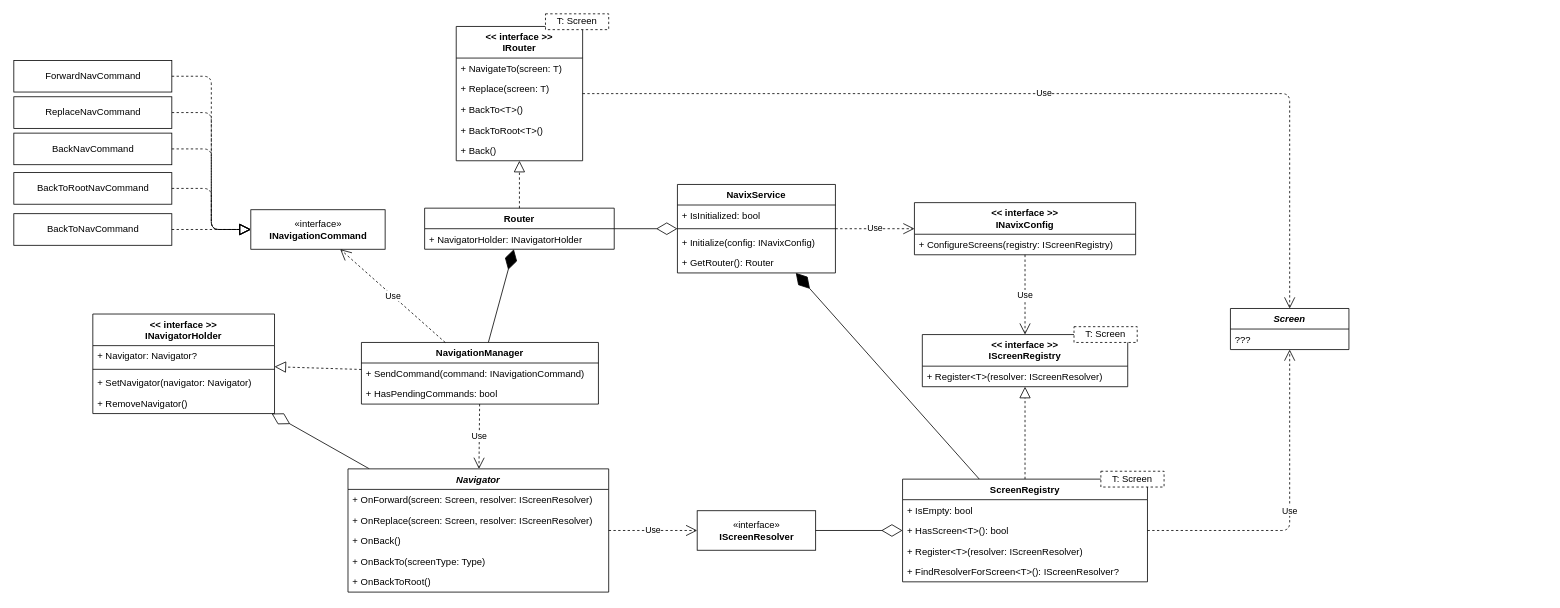
SpireX64/Navix keeps this draw.io diagram as Navix.drawio. Above is the earlier version. Source tidied: cells renumbered, new cells numbered last; positions are measured from the earlier drawing's top-left corner, leaving out a move shared by most shapes. Both pictures are drawn from the tidied source at 79%, with x=0, y=0 at pixel (13, 13).
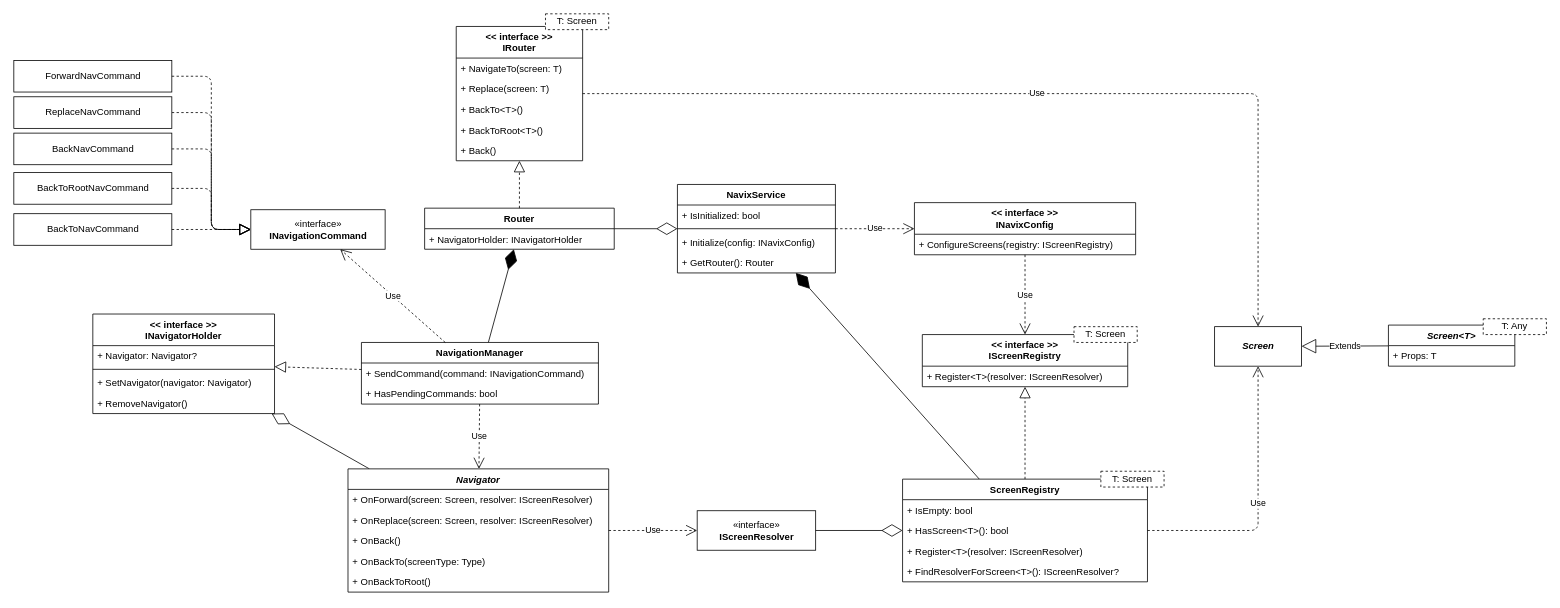
After the change.

Commit message:
Экран со свойствами добавлен в схему архитектуры

The change refers to these unchanged cells:
```xml
<mxCell id="22" value="&lt;&lt; interface &gt;&gt;&#10;IRouter" style="swimlane;fontStyle=1;align=center;verticalAlign=top;horizontal=1;startSize=40;" parent="1" vertex="1">
  <mxGeometry x="560" y="16" width="160" height="170" as="geometry" />
</mxCell>
<mxCell id="61" value="ScreenRegistry" style="swimlane;fontStyle=1;align=center;verticalAlign=top;horizontal=1;startSize=26;" parent="1" vertex="1">
  <mxGeometry x="1125" y="589" width="310" height="130" as="geometry" />
</mxCell>
```

The edit, as a diff of the source:
```diff
@@
-    <mxCell id="29" value="Use" style="endArrow=open;endSize=12;dashed=1;html=1;edgeStyle=orthogonalEdgeStyle;" parent="1" edge="1" source="22" target="53">
+    <mxCell id="29" value="Use" style="endArrow=open;endSize=12;dashed=1;html=1;edgeStyle=orthogonalEdgeStyle;" parent="1" edge="1" source="22" target="70">
       <mxGeometry relative="1" as="geometry" />
     </mxCell>
@@
-    <mxCell id="52" value="Use" style="endArrow=open;endSize=12;dashed=1;html=1;edgeStyle=orthogonalEdgeStyle;" parent="1" edge="1" source="61" target="53">
+    <mxCell id="52" value="Use" style="endArrow=open;endSize=12;dashed=1;html=1;edgeStyle=orthogonalEdgeStyle;" parent="1" edge="1" source="61" target="70">
       <mxGeometry relative="1" as="geometry" />
     </mxCell>
-    <mxCell id="53" value="Screen" style="swimlane;fontStyle=3;align=center;verticalAlign=top;horizontal=1;startSize=26;" parent="1" vertex="1">
-      <mxGeometry x="1540" y="373" width="150" height="52" as="geometry" />
-    </mxCell>
-    <mxCell id="54" value="???" style="text;strokeColor=none;fillColor=none;align=left;verticalAlign=top;spacingLeft=4;spacingRight=4;overflow=hidden;" parent="53" vertex="1">
-      <mxGeometry y="26" width="150" height="26" as="geometry" />
-    </mxCell>
@@
+    <mxCell id="70" value="&lt;b&gt;&lt;i&gt;Screen&lt;/i&gt;&lt;/b&gt;" style="html=1;" parent="1" vertex="1">
+      <mxGeometry x="1520" y="396" width="110" height="50" as="geometry" />
+    </mxCell>
+    <mxCell id="71" value="Extends" style="endArrow=block;endSize=16;endFill=0;html=1;" parent="1" edge="1" source="72" target="70">
+      <mxGeometry relative="1" as="geometry" />
+    </mxCell>
+    <mxCell id="72" value="Screen&lt;T&gt;" style="swimlane;fontStyle=3;align=center;verticalAlign=top;horizontal=1;startSize=26;" parent="1" vertex="1">
+      <mxGeometry x="1740" y="394" width="160" height="52" as="geometry" />
+    </mxCell>
+    <mxCell id="73" value="+ Props: T" style="text;strokeColor=none;fillColor=none;align=left;verticalAlign=top;spacingLeft=4;spacingRight=4;overflow=hidden;" parent="72" vertex="1">
+      <mxGeometry y="26" width="160" height="26" as="geometry" />
+    </mxCell>
+    <mxCell id="74" value="T: Any" style="rounded=0;whiteSpace=wrap;html=1;dashed=1;" parent="1" vertex="1">
+      <mxGeometry x="1860" y="386" width="80" height="20" as="geometry" />
+    </mxCell>
```
